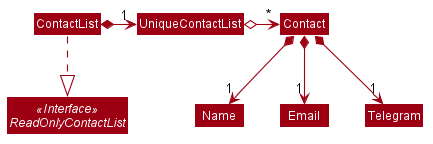
This is docs/images/ContactListDiagram.png from nus-cs2103-AY2021S1/tp, a PlantUML export, as it was before one commit.
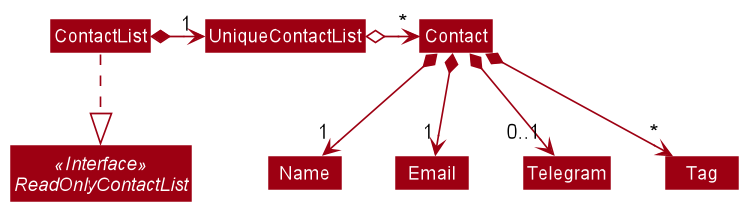
The same diagram one commit later.

Diff of the diagram source:
```diff
@@ -60,5 +60,6 @@
 
 Contact *-->"1" Name
 Contact *-->"1" Email
-Contact *-->"1" Telegram
+Contact *-->"0..1" Telegram
+Contact *-->"*" Tag
 @enduml
```
